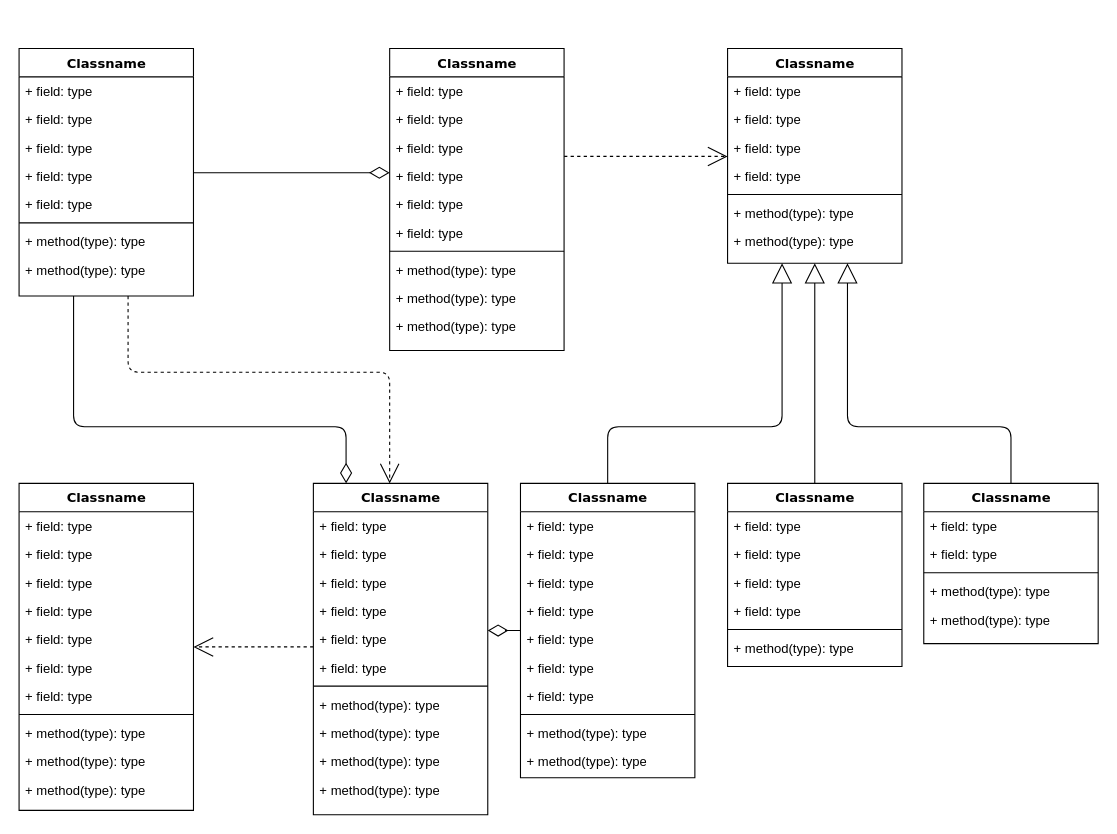
devhyunjun/devhyunjun keeps this draw.io diagram as 제목 없는 다이어그램.drawio. Above is the earlier version. Source tidied: cells renumbered, new cells numbered last; positions are measured from the earlier drawing's top-left corner, leaving out a move shared by most shapes. Both pictures are drawn from the tidied source at 109%, with x=0, y=0 at pixel (19, 48).
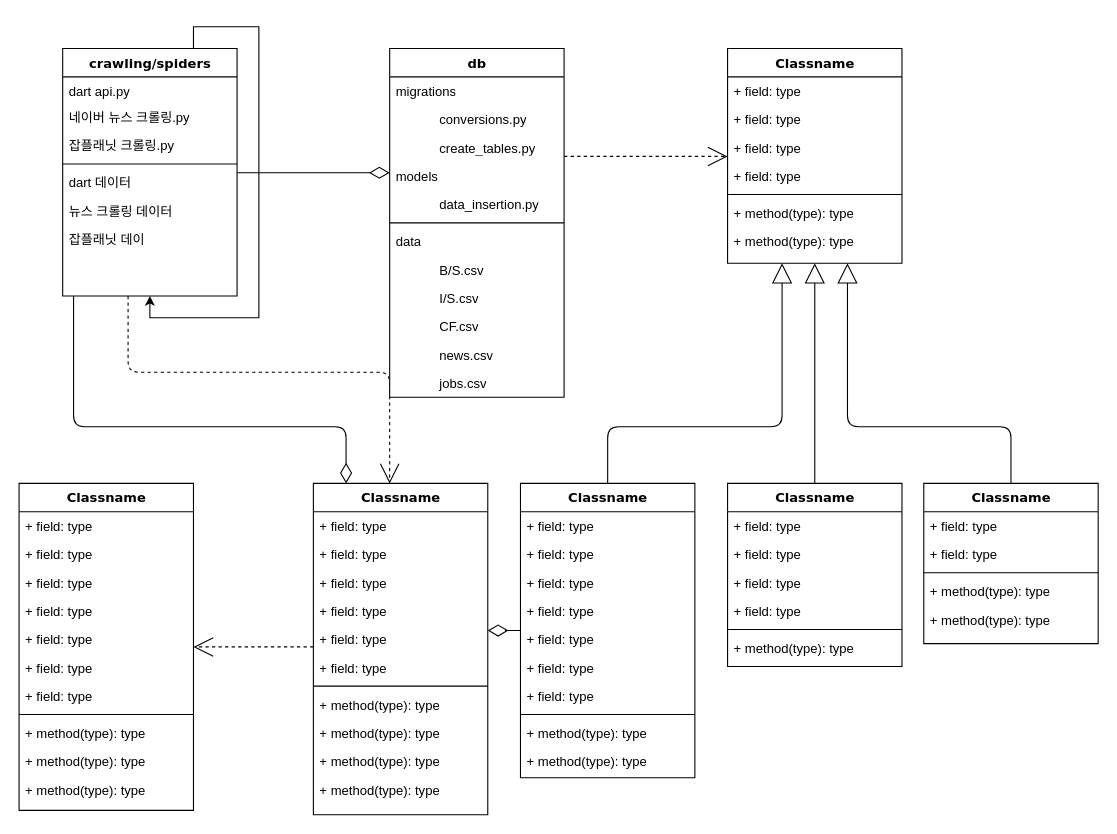
After the change.

What changed in the source:
```diff
@@
-    <mxCell id="4" value="Classname" style="swimlane;html=1;fontStyle=1;align=center;verticalAlign=top;horizontal=1;startSize=26;swimlaneFillColor=#ffffff;rounded=0;shadow=0;comic=0;labelBackgroundColor=none;strokeWidth=1;fillColor=none;fontFamily=Verdana;fontSize=12;" parent="1" vertex="1">
-      <mxGeometry width="160" height="227" as="geometry" />
+    <mxCell id="4" value="crawling/spiders" style="swimlane;html=1;fontStyle=1;align=center;verticalAlign=top;horizontal=1;startSize=26;swimlaneFillColor=#ffffff;rounded=0;shadow=0;comic=0;labelBackgroundColor=none;strokeWidth=1;fillColor=none;fontFamily=Verdana;fontSize=12;" parent="1" vertex="1">
+      <mxGeometry x="40" width="160" height="227" as="geometry" />
     </mxCell>
-    <mxCell id="5" value="+ field: type" style="text;html=1;strokeColor=none;fillColor=none;align=left;verticalAlign=top;spacingLeft=4;spacingRight=4;whiteSpace=wrap;overflow=hidden;" parent="4" vertex="1">
-      <mxGeometry y="26" width="160" height="26" as="geometry" />
+    <mxCell id="5" value="dart api.py" style="text;html=1;strokeColor=none;fillColor=none;align=left;verticalAlign=top;spacingLeft=4;spacingRight=4;whiteSpace=wrap;overflow=hidden;" parent="4" vertex="1">
+      <mxGeometry y="26" width="160" height="24" as="geometry" />
     </mxCell>
-    <mxCell id="6" value="+ field: type" style="text;html=1;strokeColor=none;fillColor=none;align=left;verticalAlign=top;spacingLeft=4;spacingRight=4;whiteSpace=wrap;overflow=hidden;" parent="4" vertex="1">
-      <mxGeometry y="52" width="160" height="26" as="geometry" />
+    <mxCell id="6" value="네이버 뉴스 크롤링.py" style="text;html=1;strokeColor=none;fillColor=none;align=left;verticalAlign=top;spacingLeft=4;spacingRight=4;whiteSpace=wrap;overflow=hidden;" parent="4" vertex="1">
+      <mxGeometry y="50" width="160" height="26" as="geometry" />
     </mxCell>
-    <mxCell id="7" value="+ field: type" style="text;html=1;strokeColor=none;fillColor=none;align=left;verticalAlign=top;spacingLeft=4;spacingRight=4;whiteSpace=wrap;overflow=hidden;" parent="4" vertex="1">
-      <mxGeometry y="78" width="160" height="26" as="geometry" />
+    <mxCell id="7" value="잡플래닛 크롤링.py" style="text;html=1;strokeColor=none;fillColor=none;align=left;verticalAlign=top;spacingLeft=4;spacingRight=4;whiteSpace=wrap;overflow=hidden;" parent="4" vertex="1">
+      <mxGeometry y="76" width="160" height="26" as="geometry" />
     </mxCell>
-    <mxCell id="8" value="+ field: type" style="text;html=1;strokeColor=none;fillColor=none;align=left;verticalAlign=top;spacingLeft=4;spacingRight=4;whiteSpace=wrap;overflow=hidden;" parent="4" vertex="1">
-      <mxGeometry y="104" width="160" height="26" as="geometry" />
-    </mxCell>
-    <mxCell id="9" value="+ field: type" style="text;html=1;strokeColor=none;fillColor=none;align=left;verticalAlign=top;spacingLeft=4;spacingRight=4;whiteSpace=wrap;overflow=hidden;" parent="4" vertex="1">
-      <mxGeometry y="130" width="160" height="26" as="geometry" />
-    </mxCell>
     <mxCell id="10" style="line;html=1;strokeWidth=1;fillColor=none;align=left;verticalAlign=middle;spacingTop=-1;spacingLeft=3;spacingRight=3;labelPosition=right;" parent="4" vertex="1">
-      <mxGeometry y="156" width="160" height="8" as="geometry" />
+      <mxGeometry y="102" width="160" height="8" as="geometry" />
     </mxCell>
-    <mxCell id="11" value="+ method(type): type" style="text;html=1;strokeColor=none;fillColor=none;align=left;verticalAlign=top;spacingLeft=4;spacingRight=4;whiteSpace=wrap;overflow=hidden;" parent="4" vertex="1">
-      <mxGeometry y="164" width="160" height="26" as="geometry" />
+    <mxCell id="11" value="dart 데이터" style="text;html=1;strokeColor=none;fillColor=none;align=left;verticalAlign=top;spacingLeft=4;spacingRight=4;whiteSpace=wrap;overflow=hidden;" parent="4" vertex="1">
+      <mxGeometry y="110" width="160" height="26" as="geometry" />
     </mxCell>
-    <mxCell id="12" value="+ method(type): type" style="text;html=1;strokeColor=none;fillColor=none;align=left;verticalAlign=top;spacingLeft=4;spacingRight=4;whiteSpace=wrap;overflow=hidden;" parent="4" vertex="1">
-      <mxGeometry y="190" width="160" height="26" as="geometry" />
+    <mxCell id="12" value="뉴스 크롤링 데이터" style="text;html=1;strokeColor=none;fillColor=none;align=left;verticalAlign=top;spacingLeft=4;spacingRight=4;whiteSpace=wrap;overflow=hidden;" parent="4" vertex="1">
+      <mxGeometry y="136" width="160" height="26" as="geometry" />
     </mxCell>
+    <mxCell id="87" value="잡플래닛 데이" style="text;html=1;strokeColor=none;fillColor=none;align=left;verticalAlign=top;spacingLeft=4;spacingRight=4;whiteSpace=wrap;overflow=hidden;" parent="4" vertex="1">
+      <mxGeometry y="162" width="160" height="26" as="geometry" />
+    </mxCell>
@@
-    <mxCell id="14" value="Classname" style="swimlane;html=1;fontStyle=1;align=center;verticalAlign=top;horizontal=1;startSize=26;swimlaneFillColor=#ffffff;rounded=0;shadow=0;comic=0;labelBackgroundColor=none;strokeWidth=1;fillColor=none;fontFamily=Verdana;fontSize=12;" parent="1" vertex="1">
-      <mxGeometry x="340" width="160" height="277" as="geometry" />
+    <mxCell id="14" value="db" style="swimlane;html=1;fontStyle=1;align=center;verticalAlign=top;horizontal=1;startSize=26;swimlaneFillColor=#ffffff;rounded=0;shadow=0;comic=0;labelBackgroundColor=none;strokeWidth=1;fillColor=none;fontFamily=Verdana;fontSize=12;" parent="1" vertex="1">
+      <mxGeometry x="340" width="160" height="320" as="geometry" />
     </mxCell>
-    <mxCell id="15" value="+ field: type" style="text;html=1;strokeColor=none;fillColor=none;align=left;verticalAlign=top;spacingLeft=4;spacingRight=4;whiteSpace=wrap;overflow=hidden;" parent="14" vertex="1">
+    <mxCell id="15" value="migrations&lt;br&gt;&lt;span style=&quot;white-space: pre;&quot;&gt;&#9;&lt;/span&gt;" style="text;html=1;strokeColor=none;fillColor=none;align=left;verticalAlign=top;spacingLeft=4;spacingRight=4;whiteSpace=wrap;overflow=hidden;" parent="14" vertex="1">
       <mxGeometry y="26" width="160" height="26" as="geometry" />
     </mxCell>
-    <mxCell id="16" value="+ field: type" style="text;html=1;strokeColor=none;fillColor=none;align=left;verticalAlign=top;spacingLeft=4;spacingRight=4;whiteSpace=wrap;overflow=hidden;" parent="14" vertex="1">
-      <mxGeometry y="52" width="160" height="26" as="geometry" />
-    </mxCell>
-    <mxCell id="17" value="+ field: type" style="text;html=1;strokeColor=none;fillColor=none;align=left;verticalAlign=top;spacingLeft=4;spacingRight=4;whiteSpace=wrap;overflow=hidden;" parent="14" vertex="1">
-      <mxGeometry y="78" width="160" height="26" as="geometry" />
+    <mxCell id="17" value="&lt;blockquote style=&quot;margin: 0 0 0 40px; border: none; padding: 0px;&quot;&gt;conversions.py&lt;br&gt;&lt;/blockquote&gt;" style="text;html=1;strokeColor=none;fillColor=none;align=left;verticalAlign=top;spacingLeft=4;spacingRight=4;whiteSpace=wrap;overflow=hidden;" parent="14" vertex="1">
+      <mxGeometry y="52" width="160" height="26" as="geometry" />
     </mxCell>
-    <mxCell id="18" value="+ field: type" style="text;html=1;strokeColor=none;fillColor=none;align=left;verticalAlign=top;spacingLeft=4;spacingRight=4;whiteSpace=wrap;overflow=hidden;" parent="14" vertex="1">
-      <mxGeometry y="104" width="160" height="26" as="geometry" />
+    <mxCell id="18" value="&lt;blockquote style=&quot;margin: 0 0 0 40px; border: none; padding: 0px;&quot;&gt;create_tables.py&lt;/blockquote&gt;" style="text;html=1;strokeColor=none;fillColor=none;align=left;verticalAlign=top;spacingLeft=4;spacingRight=4;whiteSpace=wrap;overflow=hidden;" parent="14" vertex="1">
+      <mxGeometry y="78" width="160" height="26" as="geometry" />
     </mxCell>
-    <mxCell id="19" value="+ field: type" style="text;html=1;strokeColor=none;fillColor=none;align=left;verticalAlign=top;spacingLeft=4;spacingRight=4;whiteSpace=wrap;overflow=hidden;" parent="14" vertex="1">
-      <mxGeometry y="130" width="160" height="26" as="geometry" />
+    <mxCell id="19" value="models" style="text;html=1;strokeColor=none;fillColor=none;align=left;verticalAlign=top;spacingLeft=4;spacingRight=4;whiteSpace=wrap;overflow=hidden;" parent="14" vertex="1">
+      <mxGeometry y="104" width="160" height="26" as="geometry" />
     </mxCell>
-    <mxCell id="20" value="+ field: type" style="text;html=1;strokeColor=none;fillColor=none;align=left;verticalAlign=top;spacingLeft=4;spacingRight=4;whiteSpace=wrap;overflow=hidden;" parent="14" vertex="1">
-      <mxGeometry y="156" width="160" height="26" as="geometry" />
+    <mxCell id="20" value="&lt;blockquote style=&quot;margin: 0 0 0 40px; border: none; padding: 0px;&quot;&gt;data_insertion.py&lt;br&gt;&lt;/blockquote&gt;" style="text;html=1;strokeColor=none;fillColor=none;align=left;verticalAlign=top;spacingLeft=4;spacingRight=4;whiteSpace=wrap;overflow=hidden;" parent="14" vertex="1">
+      <mxGeometry y="130" width="160" height="26" as="geometry" />
     </mxCell>
     <mxCell id="21" style="line;html=1;strokeWidth=1;fillColor=none;align=left;verticalAlign=middle;spacingTop=-1;spacingLeft=3;spacingRight=3;labelPosition=right;" parent="14" vertex="1">
-      <mxGeometry y="182" width="160" height="8" as="geometry" />
+      <mxGeometry y="156" width="160" height="8" as="geometry" />
     </mxCell>
-    <mxCell id="22" value="+ method(type): type" style="text;html=1;strokeColor=none;fillColor=none;align=left;verticalAlign=top;spacingLeft=4;spacingRight=4;whiteSpace=wrap;overflow=hidden;" parent="14" vertex="1">
-      <mxGeometry y="190" width="160" height="26" as="geometry" />
+    <mxCell id="22" value="data" style="text;html=1;strokeColor=none;fillColor=none;align=left;verticalAlign=top;spacingLeft=4;spacingRight=4;whiteSpace=wrap;overflow=hidden;" parent="14" vertex="1">
+      <mxGeometry y="164" width="160" height="26" as="geometry" />
     </mxCell>
-    <mxCell id="23" value="+ method(type): type" style="text;html=1;strokeColor=none;fillColor=none;align=left;verticalAlign=top;spacingLeft=4;spacingRight=4;whiteSpace=wrap;overflow=hidden;" parent="14" vertex="1">
-      <mxGeometry y="216" width="160" height="26" as="geometry" />
+    <mxCell id="23" value="&lt;blockquote style=&quot;margin: 0 0 0 40px; border: none; padding: 0px;&quot;&gt;B/S.csv&lt;/blockquote&gt;" style="text;html=1;strokeColor=none;fillColor=none;align=left;verticalAlign=top;spacingLeft=4;spacingRight=4;whiteSpace=wrap;overflow=hidden;" parent="14" vertex="1">
+      <mxGeometry y="190" width="160" height="26" as="geometry" />
     </mxCell>
-    <mxCell id="24" value="+ method(type): type" style="text;html=1;strokeColor=none;fillColor=none;align=left;verticalAlign=top;spacingLeft=4;spacingRight=4;whiteSpace=wrap;overflow=hidden;" parent="14" vertex="1">
-      <mxGeometry y="242" width="160" height="26" as="geometry" />
+    <mxCell id="24" value="&lt;blockquote style=&quot;margin: 0 0 0 40px; border: none; padding: 0px;&quot;&gt;I/S.csv&lt;/blockquote&gt;" style="text;html=1;strokeColor=none;fillColor=none;align=left;verticalAlign=top;spacingLeft=4;spacingRight=4;whiteSpace=wrap;overflow=hidden;" parent="14" vertex="1">
+      <mxGeometry y="216" width="160" height="26" as="geometry" />
     </mxCell>
+    <mxCell id="88" value="&lt;blockquote style=&quot;margin: 0 0 0 40px; border: none; padding: 0px;&quot;&gt;CF.csv&lt;/blockquote&gt;" style="text;html=1;strokeColor=none;fillColor=none;align=left;verticalAlign=top;spacingLeft=4;spacingRight=4;whiteSpace=wrap;overflow=hidden;" parent="14" vertex="1">
+      <mxGeometry y="242" width="160" height="26" as="geometry" />
+    </mxCell>
+    <mxCell id="89" value="&lt;blockquote style=&quot;margin: 0 0 0 40px; border: none; padding: 0px;&quot;&gt;news.csv&lt;/blockquote&gt;" style="text;html=1;strokeColor=none;fillColor=none;align=left;verticalAlign=top;spacingLeft=4;spacingRight=4;whiteSpace=wrap;overflow=hidden;" parent="14" vertex="1">
+      <mxGeometry y="268" width="160" height="26" as="geometry" />
+    </mxCell>
+    <mxCell id="90" value="&lt;blockquote style=&quot;margin: 0 0 0 40px; border: none; padding: 0px;&quot;&gt;jobs.csv&lt;/blockquote&gt;" style="text;html=1;strokeColor=none;fillColor=none;align=left;verticalAlign=top;spacingLeft=4;spacingRight=4;whiteSpace=wrap;overflow=hidden;" parent="14" vertex="1">
+      <mxGeometry y="294" width="160" height="26" as="geometry" />
+    </mxCell>
@@
+    <mxCell id="91" style="edgeStyle=orthogonalEdgeStyle;rounded=0;orthogonalLoop=1;jettySize=auto;html=1;exitX=0.75;exitY=0;exitDx=0;exitDy=0;" parent="1" edge="1" source="4" target="4">
+      <mxGeometry relative="1" as="geometry" />
+    </mxCell>
```
